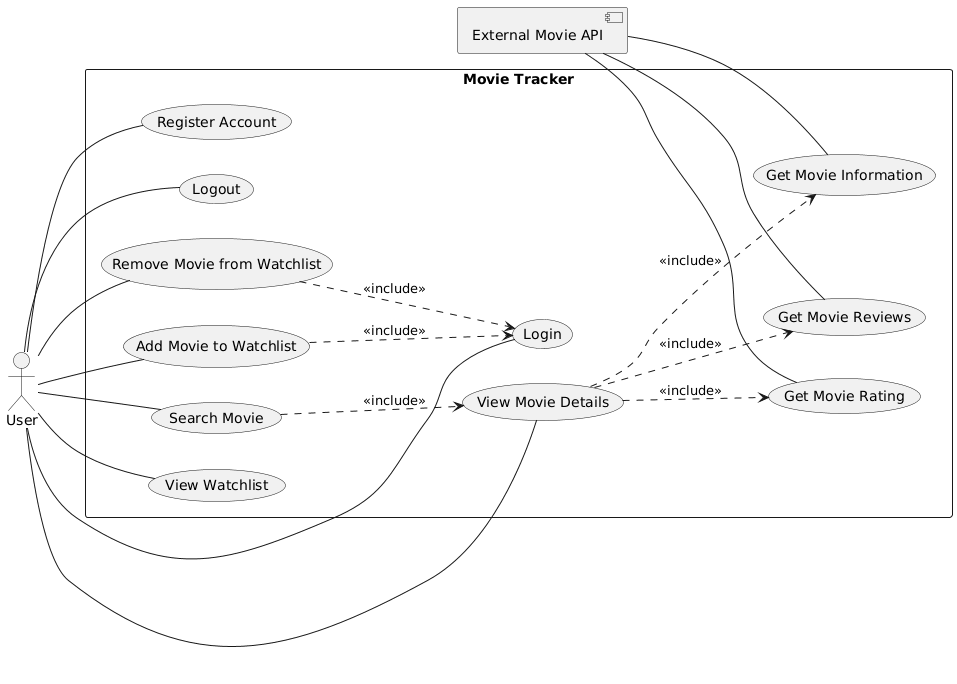
DanielSchmerber/SQS26_MovieTracker keeps this PlantUML diagram as docs/diagrams/use_case_diagrams.png. Above is the earlier version.
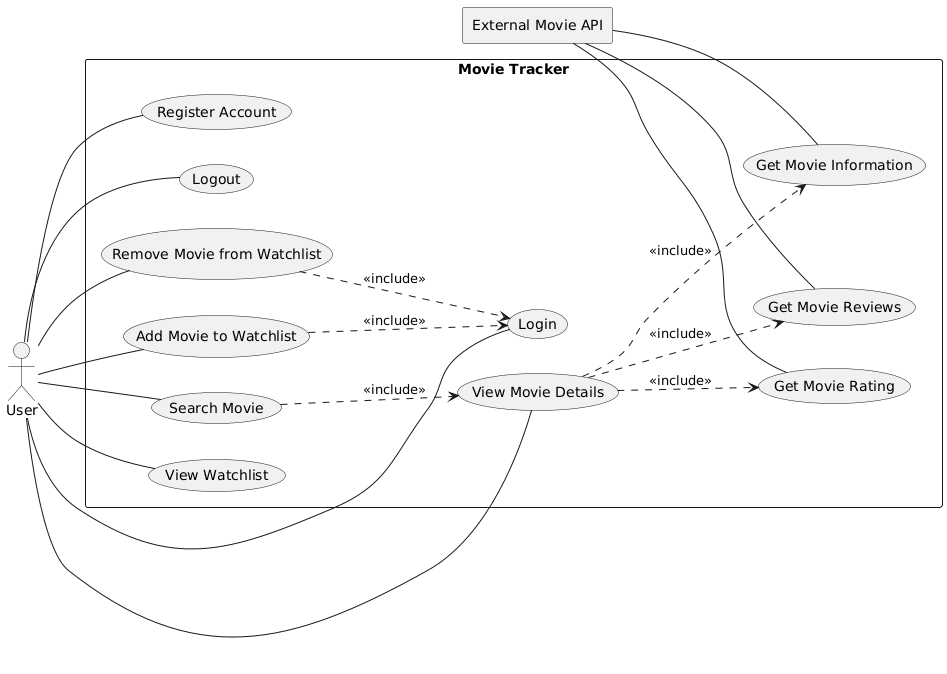
The same diagram one commit later.

Commit message:
Chapter 1 and 2 added, business diagram added

Change to the diagram source:
```diff
@@ -1,7 +1,7 @@
 @startuml
 left to right direction
 
-component "External Movie API" as API
+rectangle "External Movie API" as API
 
 rectangle "Movie Tracker" {
 
```
